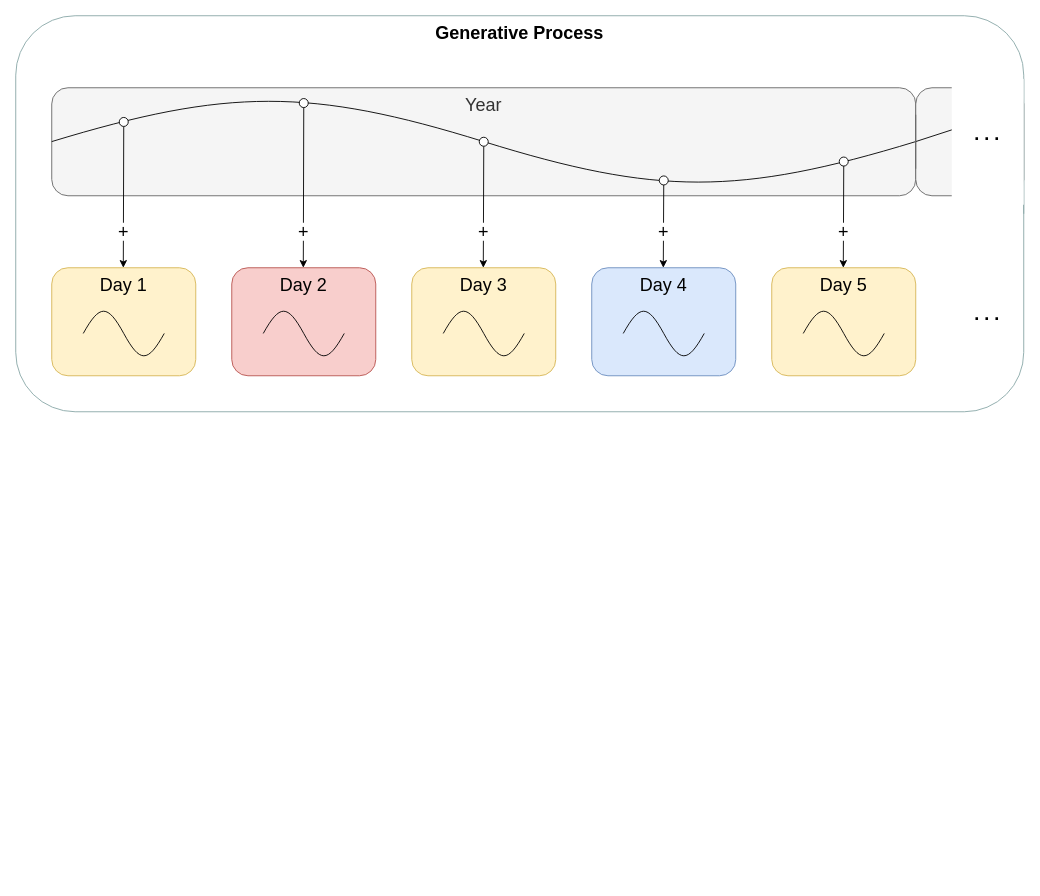
Before: figures/thesis_figures.drawio in DamyHillen/bachelor_thesis, a draw.io diagram. Source tidied: cells renumbered, new cells numbered last; positions are measured from the earlier drawing's top-left corner, leaving out a move shared by most shapes. Both pictures are drawn from the tidied source at 90%, with x=0, y=0 at pixel (15, 15).
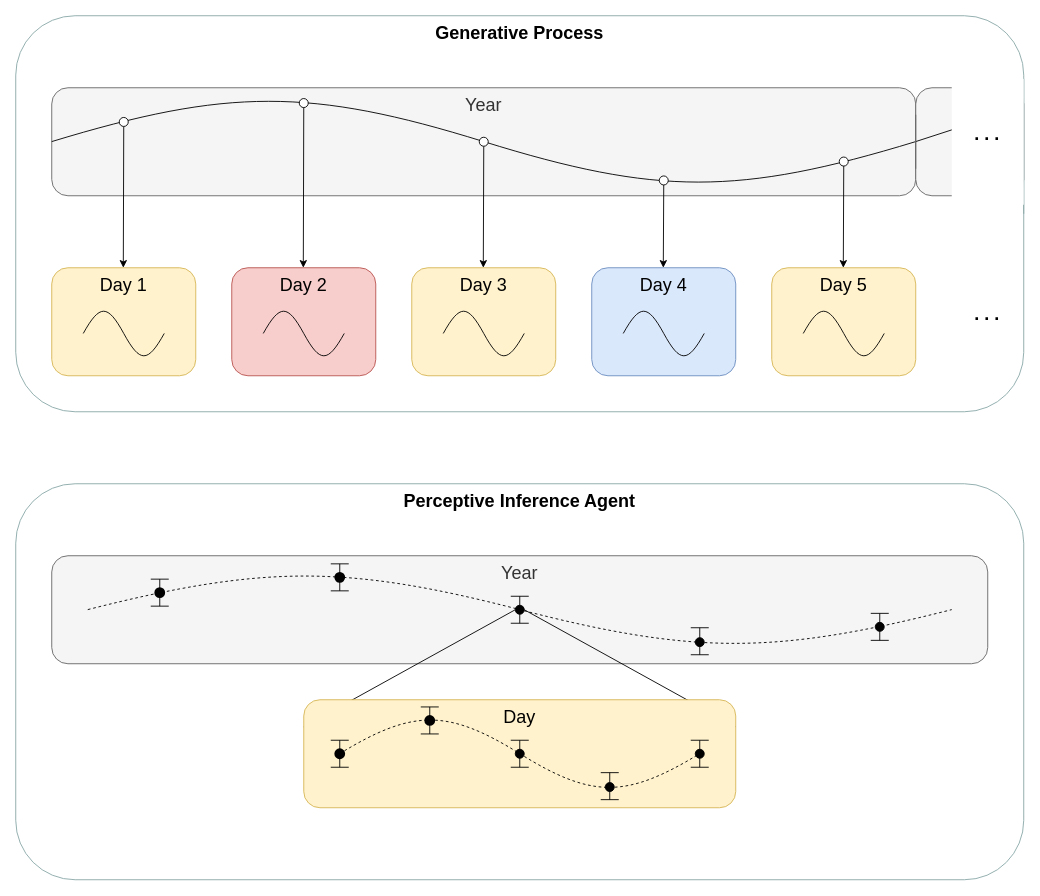
The same page after the edit.

Commit message:
Add Perceptive Inference Agent figure to draw.io file

What changed in the source:
```diff
@@
-    <mxCell id="25" value="+" style="text;html=1;align=center;verticalAlign=middle;whiteSpace=wrap;rounded=0;fontSize=20;fillColor=#ffffff;" parent="1" vertex="1">
-      <mxGeometry x="100" y="230" width="40" height="20" as="geometry" />
-    </mxCell>
-    <mxCell id="26" value="+" style="text;html=1;align=center;verticalAlign=middle;whiteSpace=wrap;rounded=0;fontSize=20;fillColor=#ffffff;" parent="1" vertex="1">
-      <mxGeometry x="300" y="230" width="40" height="20" as="geometry" />
-    </mxCell>
-    <mxCell id="27" value="+" style="text;html=1;align=center;verticalAlign=middle;whiteSpace=wrap;rounded=0;fontSize=20;fillColor=#ffffff;" parent="1" vertex="1">
-      <mxGeometry x="500" y="230" width="40" height="20" as="geometry" />
-    </mxCell>
-    <mxCell id="28" value="+" style="text;html=1;align=center;verticalAlign=middle;whiteSpace=wrap;rounded=0;fontSize=20;fillColor=#ffffff;" parent="1" vertex="1">
-      <mxGeometry x="700" y="230" width="40" height="20" as="geometry" />
-    </mxCell>
-    <mxCell id="29" value="+" style="text;html=1;align=center;verticalAlign=middle;whiteSpace=wrap;rounded=0;fontSize=20;fillColor=#ffffff;" parent="1" vertex="1">
-      <mxGeometry x="900" y="230" width="40" height="20" as="geometry" />
-    </mxCell>
@@
+    <mxCell id="37" value="Perceptive Inference Agent" style="rounded=1;whiteSpace=wrap;html=1;fontSize=20;strokeColor=#8AA7A8;fillColor=#ffffff;verticalAlign=top;fontStyle=1;" parent="1" vertex="1">
+      <mxGeometry y="520" width="1120" height="440" as="geometry" />
+    </mxCell>
+    <mxCell id="38" value="Year" style="rounded=1;whiteSpace=wrap;html=1;fontSize=20;verticalAlign=top;fillColor=#f5f5f5;strokeColor=#666666;fontColor=#333333;" parent="1" vertex="1">
+      <mxGeometry x="40" y="600" width="1040" height="120" as="geometry" />
+    </mxCell>
+    <mxCell id="39" style="verticalLabelPosition=bottom;shadow=0;dashed=1;align=center;html=1;verticalAlign=top;shape=mxgraph.electrical.waveforms.sine_wave;fontSize=20;fillColor=#f5f5f5;fontColor=#333333;perimeterSpacing=0;" parent="1" vertex="1">
+      <mxGeometry x="80" y="610" width="960" height="100" as="geometry" />
+    </mxCell>
+    <mxCell id="40" style="shape=ellipse;html=1;fontSize=20;strokeWidth=2;fillColor=#000000;" parent="1" vertex="1">
+      <mxGeometry x="155" y="636" width="10" height="10" as="geometry" />
+    </mxCell>
+    <mxCell id="41" style="shape=ellipse;html=1;fontSize=20;fillColor=#000000;strokeWidth=2;" parent="1" vertex="1">
+      <mxGeometry x="355" y="619" width="10" height="10" as="geometry" />
+    </mxCell>
+    <mxCell id="42" style="shape=ellipse;html=1;fontSize=20;fillColor=#000000;" parent="1" vertex="1">
+      <mxGeometry x="555" y="655" width="10" height="10" as="geometry" />
+    </mxCell>
+    <mxCell id="43" style="shape=ellipse;html=1;fontSize=20;fillColor=#000000;" parent="1" vertex="1">
+      <mxGeometry x="755" y="691" width="10" height="10" as="geometry" />
+    </mxCell>
+    <mxCell id="44" style="shape=ellipse;html=1;fontSize=20;fillColor=#000000;" parent="1" vertex="1">
+      <mxGeometry x="955" y="674" width="10" height="10" as="geometry" />
+    </mxCell>
+    <mxCell id="45" style="shape=crossbar;whiteSpace=wrap;html=1;rounded=1;direction=south;fillColor=#000000;" parent="1" vertex="1">
+      <mxGeometry x="750" y="680" width="20" height="30" as="geometry" />
+    </mxCell>
+    <mxCell id="46" style="shape=crossbar;whiteSpace=wrap;html=1;rounded=1;direction=south;fillColor=#000000;" parent="1" vertex="1">
+      <mxGeometry x="950" y="664" width="20" height="30" as="geometry" />
+    </mxCell>
+    <mxCell id="47" style="shape=crossbar;whiteSpace=wrap;html=1;rounded=1;direction=south;fillColor=#000000;" parent="1" vertex="1">
+      <mxGeometry x="550" y="645" width="20" height="30" as="geometry" />
+    </mxCell>
+    <mxCell id="48" style="shape=crossbar;whiteSpace=wrap;html=1;rounded=1;direction=south;fillColor=#000000;strokeWidth=1;" parent="1" vertex="1">
+      <mxGeometry x="350" y="609" width="20" height="30" as="geometry" />
+    </mxCell>
+    <mxCell id="49" style="shape=crossbar;whiteSpace=wrap;html=1;rounded=1;direction=south;strokeWidth=1;fillColor=#000000;" parent="1" vertex="1">
+      <mxGeometry x="150" y="626" width="20" height="30" as="geometry" />
+    </mxCell>
+    <mxCell id="50" style="endArrow=none;html=1;exitX=0;exitY=0.25;exitDx=0;exitDy=0;entryX=0;entryY=0.5;entryDx=0;entryDy=0;" parent="1" edge="1" source="52" target="42">
+      <mxGeometry relative="1" as="geometry" />
+    </mxCell>
+    <mxCell id="51" style="endArrow=none;html=1;exitX=1;exitY=0.25;exitDx=0;exitDy=0;entryX=1;entryY=0.5;entryDx=0;entryDy=0;" parent="1" edge="1" source="52" target="42">
+      <mxGeometry relative="1" as="geometry" />
+    </mxCell>
+    <mxCell id="52" value="Day&lt;br&gt;" style="rounded=1;whiteSpace=wrap;html=1;fontSize=20;verticalAlign=top;fillColor=#fff2cc;strokeColor=#d6b656;" parent="1" vertex="1">
+      <mxGeometry x="320" y="760" width="480" height="120" as="geometry" />
+    </mxCell>
+    <mxCell id="53" style="verticalLabelPosition=bottom;shadow=0;dashed=1;align=center;html=1;verticalAlign=top;shape=mxgraph.electrical.waveforms.sine_wave;fontSize=20;fillColor=#f5f5f5;fontColor=#333333;perimeterSpacing=0;" parent="1" vertex="1">
+      <mxGeometry x="360" y="770" width="400" height="100" as="geometry" />
+    </mxCell>
+    <mxCell id="54" style="shape=ellipse;html=1;fontSize=20;strokeWidth=2;fillColor=#000000;" parent="1" vertex="1">
+      <mxGeometry x="355" y="815" width="10" height="10" as="geometry" />
+    </mxCell>
+    <mxCell id="55" style="shape=ellipse;html=1;fontSize=20;fillColor=#000000;strokeWidth=2;" parent="1" vertex="1">
+      <mxGeometry x="455" y="778" width="10" height="10" as="geometry" />
+    </mxCell>
+    <mxCell id="56" style="shape=ellipse;html=1;fontSize=20;fillColor=#000000;" parent="1" vertex="1">
+      <mxGeometry x="555" y="815" width="10" height="10" as="geometry" />
+    </mxCell>
+    <mxCell id="57" style="shape=ellipse;html=1;fontSize=20;fillColor=#000000;" parent="1" vertex="1">
+      <mxGeometry x="655" y="852" width="10" height="10" as="geometry" />
+    </mxCell>
+    <mxCell id="58" style="shape=ellipse;html=1;fontSize=20;fillColor=#000000;" parent="1" vertex="1">
+      <mxGeometry x="755" y="815" width="10" height="10" as="geometry" />
+    </mxCell>
+    <mxCell id="59" style="shape=crossbar;whiteSpace=wrap;html=1;rounded=1;direction=south;fillColor=#000000;" parent="1" vertex="1">
+      <mxGeometry x="650" y="841" width="20" height="30" as="geometry" />
+    </mxCell>
+    <mxCell id="60" style="shape=crossbar;whiteSpace=wrap;html=1;rounded=1;direction=south;fillColor=#000000;" parent="1" vertex="1">
+      <mxGeometry x="750" y="805" width="20" height="30" as="geometry" />
+    </mxCell>
+    <mxCell id="61" style="shape=crossbar;whiteSpace=wrap;html=1;rounded=1;direction=south;fillColor=#000000;" parent="1" vertex="1">
+      <mxGeometry x="550" y="805" width="20" height="30" as="geometry" />
+    </mxCell>
+    <mxCell id="62" style="shape=crossbar;whiteSpace=wrap;html=1;rounded=1;direction=south;fillColor=#000000;strokeWidth=1;" parent="1" vertex="1">
+      <mxGeometry x="450" y="768" width="20" height="30" as="geometry" />
+    </mxCell>
+    <mxCell id="63" style="shape=crossbar;whiteSpace=wrap;html=1;rounded=1;direction=south;strokeWidth=1;fillColor=#000000;" parent="1" vertex="1">
+      <mxGeometry x="350" y="805" width="20" height="30" as="geometry" />
+    </mxCell>
```
